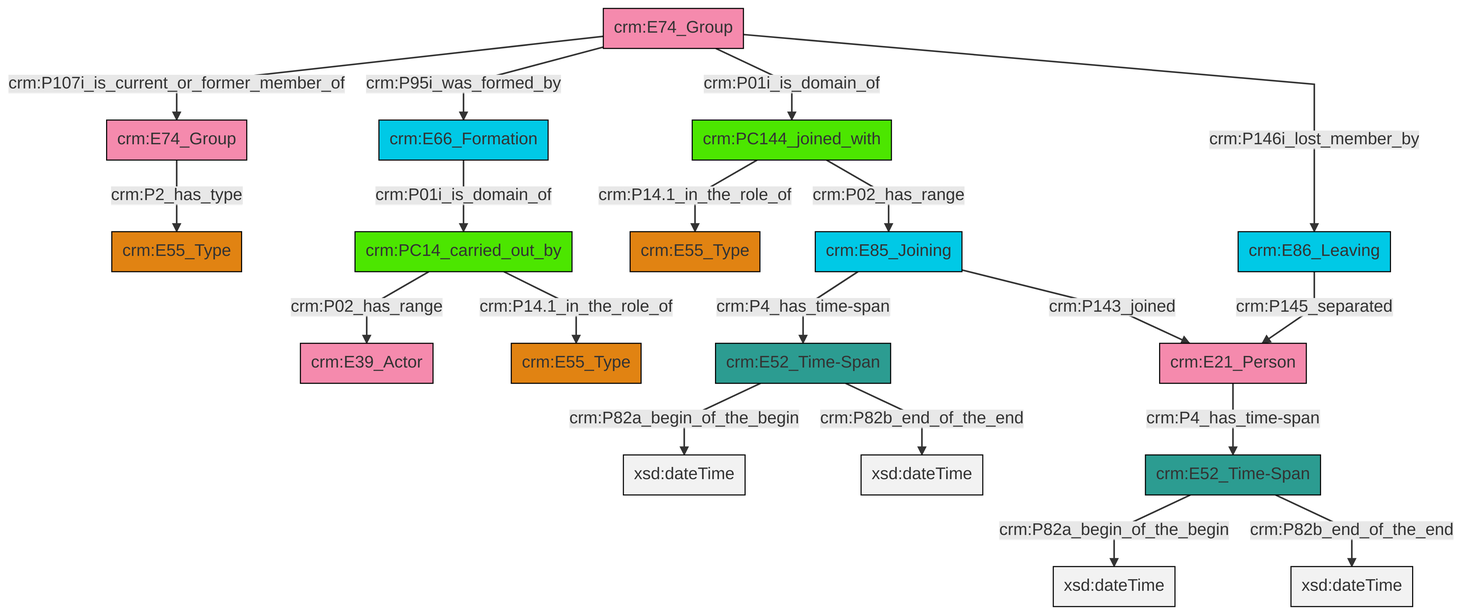
This is et/groupCSV/ttl/mmd/png/group_actor_relations.png from swiss-art-research-net/reference-data-models, a Mermaid export, as it was before one commit. Its source is kept beside it as et/groupCSV/ttl/mmd/group_actor_relations.ttl.mmd.
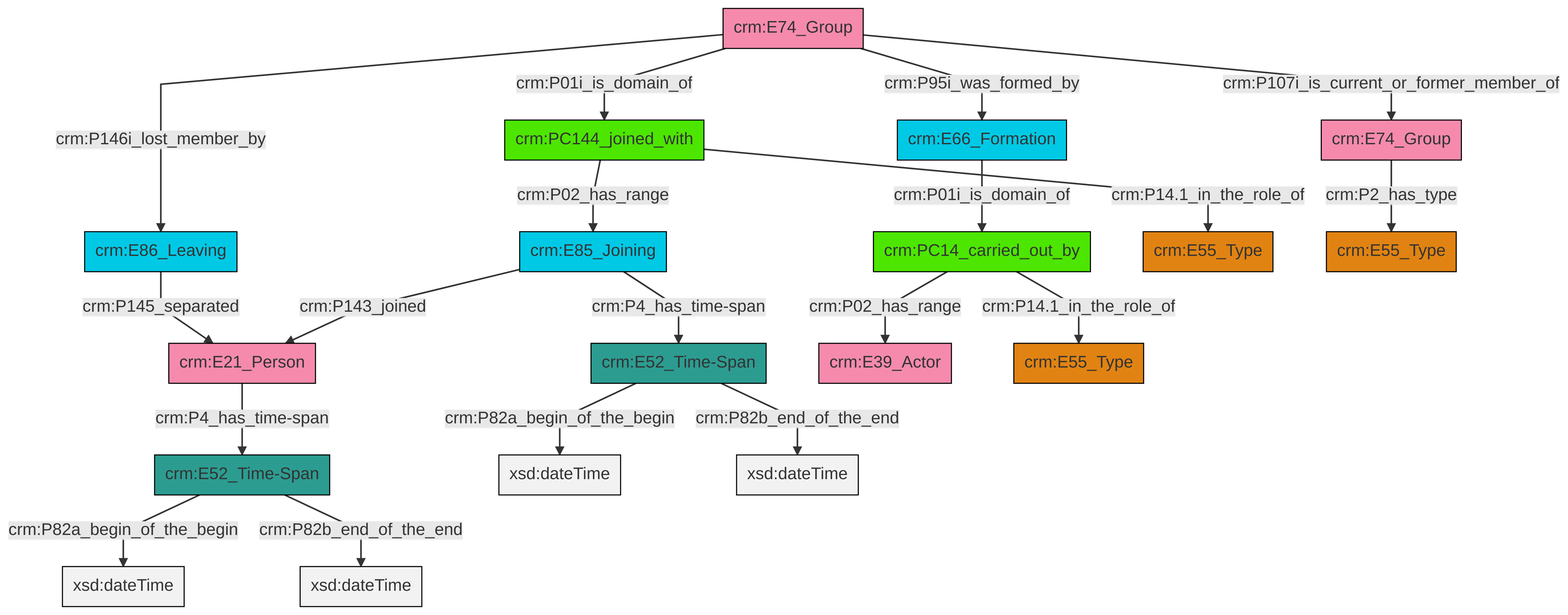
After the change.

Diff of the diagram source:
```diff
@@ -13,21 +13,21 @@
 classDef PC_Classes fill:#4ce600, stroke:#000000;
 classDef Multi fill:#cccccc,stroke:#000000;
 
-2["crm:E52_Time-Span"]:::Time-Span -->|crm:P82a_begin_of_the_begin| 3[xsd:dateTime]:::Literal
-4["crm:E66_Formation"]:::Temporal_Entity -->|crm:P01i_is_domain_of| 5["crm:PC14_carried_out_by"]:::PC_Classes
-10["crm:E85_Joining"]:::Temporal_Entity -->|crm:P4_has_time-span| 2["crm:E52_Time-Span"]:::Time-Span
-13["crm:E74_Group"]:::Actor -->|crm:P2_has_type| 0["crm:E55_Type"]:::Type
-6["crm:E21_Person"]:::Actor -->|crm:P4_has_time-span| 21["crm:E52_Time-Span"]:::Time-Span
-22["crm:E74_Group"]:::Actor -->|crm:P107i_is_current_or_former_member_of| 13["crm:E74_Group"]:::Actor
-22["crm:E74_Group"]:::Actor -->|crm:P95i_was_formed_by| 4["crm:E66_Formation"]:::Temporal_Entity
-21["crm:E52_Time-Span"]:::Time-Span -->|crm:P82a_begin_of_the_begin| 24[xsd:dateTime]:::Literal
-17["crm:PC144_joined_with"]:::PC_Classes -->|crm:P14.1_in_the_role_of| 14["crm:E55_Type"]:::Type
-22["crm:E74_Group"]:::Actor -->|crm:P01i_is_domain_of| 17["crm:PC144_joined_with"]:::PC_Classes
-17["crm:PC144_joined_with"]:::PC_Classes -->|crm:P02_has_range| 10["crm:E85_Joining"]:::Temporal_Entity
-21["crm:E52_Time-Span"]:::Time-Span -->|crm:P82b_end_of_the_end| 31[xsd:dateTime]:::Literal
-10["crm:E85_Joining"]:::Temporal_Entity -->|crm:P143_joined| 6["crm:E21_Person"]:::Actor
-26["crm:E86_Leaving"]:::Temporal_Entity -->|crm:P145_separated| 6["crm:E21_Person"]:::Actor
-2["crm:E52_Time-Span"]:::Time-Span -->|crm:P82b_end_of_the_end| 32[xsd:dateTime]:::Literal
-5["crm:PC14_carried_out_by"]:::PC_Classes -->|crm:P02_has_range| 8["crm:E39_Actor"]:::Actor
-22["crm:E74_Group"]:::Actor -->|crm:P146i_lost_member_by| 26["crm:E86_Leaving"]:::Temporal_Entity
-5["crm:PC14_carried_out_by"]:::PC_Classes -->|crm:P14.1_in_the_role_of| 19["crm:E55_Type"]:::Type
+2["crm:E85_Joining"]:::Temporal_Entity -->|crm:P143_joined| 3["crm:E21_Person"]:::Actor
+4["crm:E74_Group"]:::Actor -->|crm:P146i_lost_member_by| 5["crm:E86_Leaving"]:::Temporal_Entity
+5["crm:E86_Leaving"]:::Temporal_Entity -->|crm:P145_separated| 3["crm:E21_Person"]:::Actor
+2["crm:E85_Joining"]:::Temporal_Entity -->|crm:P4_has_time-span| 6["crm:E52_Time-Span"]:::Time-Span
+4["crm:E74_Group"]:::Actor -->|crm:P95i_was_formed_by| 7["crm:E66_Formation"]:::Temporal_Entity
+4["crm:E74_Group"]:::Actor -->|crm:P01i_is_domain_of| 8["crm:PC144_joined_with"]:::PC_Classes
+6["crm:E52_Time-Span"]:::Time-Span -->|crm:P82a_begin_of_the_begin| 9[xsd:dateTime]:::Literal
+7["crm:E66_Formation"]:::Temporal_Entity -->|crm:P01i_is_domain_of| 10["crm:PC14_carried_out_by"]:::PC_Classes
+8["crm:PC144_joined_with"]:::PC_Classes -->|crm:P02_has_range| 2["crm:E85_Joining"]:::Temporal_Entity
+10["crm:PC14_carried_out_by"]:::PC_Classes -->|crm:P02_has_range| 12["crm:E39_Actor"]:::Actor
+3["crm:E21_Person"]:::Actor -->|crm:P4_has_time-span| 0["crm:E52_Time-Span"]:::Time-Span
+8["crm:PC144_joined_with"]:::PC_Classes -->|crm:P14.1_in_the_role_of| 17["crm:E55_Type"]:::Type
+6["crm:E52_Time-Span"]:::Time-Span -->|crm:P82b_end_of_the_end| 20[xsd:dateTime]:::Literal
+0["crm:E52_Time-Span"]:::Time-Span -->|crm:P82a_begin_of_the_begin| 23[xsd:dateTime]:::Literal
+15["crm:E74_Group"]:::Actor -->|crm:P2_has_type| 24["crm:E55_Type"]:::Type
+0["crm:E52_Time-Span"]:::Time-Span -->|crm:P82b_end_of_the_end| 25[xsd:dateTime]:::Literal
+10["crm:PC14_carried_out_by"]:::PC_Classes -->|crm:P14.1_in_the_role_of| 13["crm:E55_Type"]:::Type
+4["crm:E74_Group"]:::Actor -->|crm:P107i_is_current_or_former_member_of| 15["crm:E74_Group"]:::Actor
```
